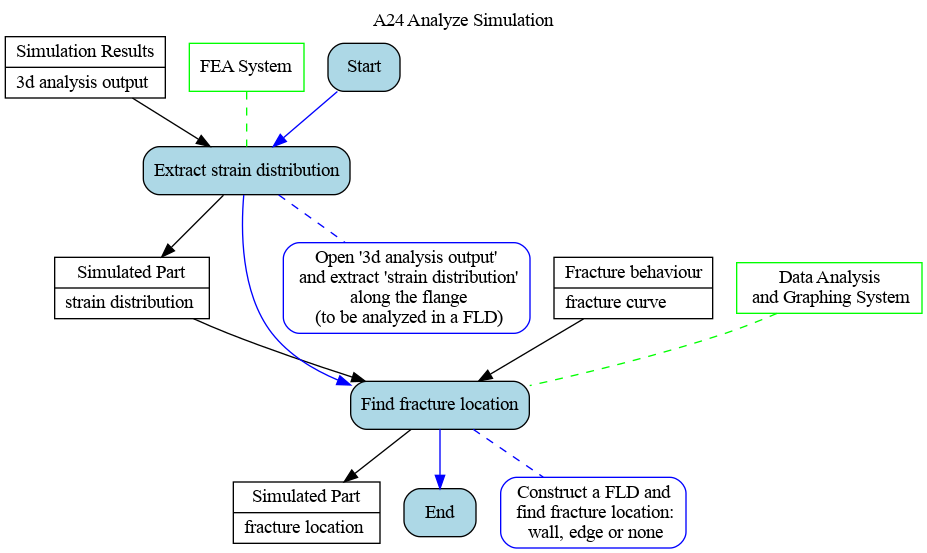
The Graphviz diagram Ontology_Layer/Behaviour_Model/06_A24.gv.png in ModelsforManufacturing/hole-flanging-by-SPIF-in-a-single-stage, before a commit. Its source is kept beside it as Ontology_Layer/Behaviour_Model/06_A24.gv.
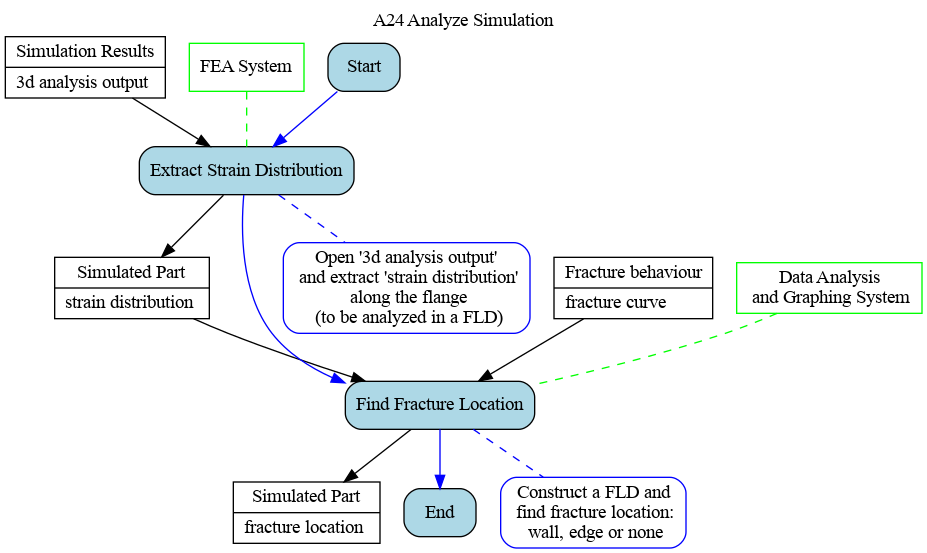
The same diagram one commit later.

The edit, as a diff of the source:
```diff
@@ -16,8 +16,8 @@
 
 node [shape=box, style="filled, rounded", fillcolor=lightblue, color=black]
 Start
-t1 [label="Extract strain distribution"]
-t2 [label="Find fracture location"]
+t1 [label="Extract Strain Distribution"]
+t2 [label="Find Fracture Location"]
 End
 
 node [shape=box, style="filled, rounded", fillcolor=white, color=blue]
```
